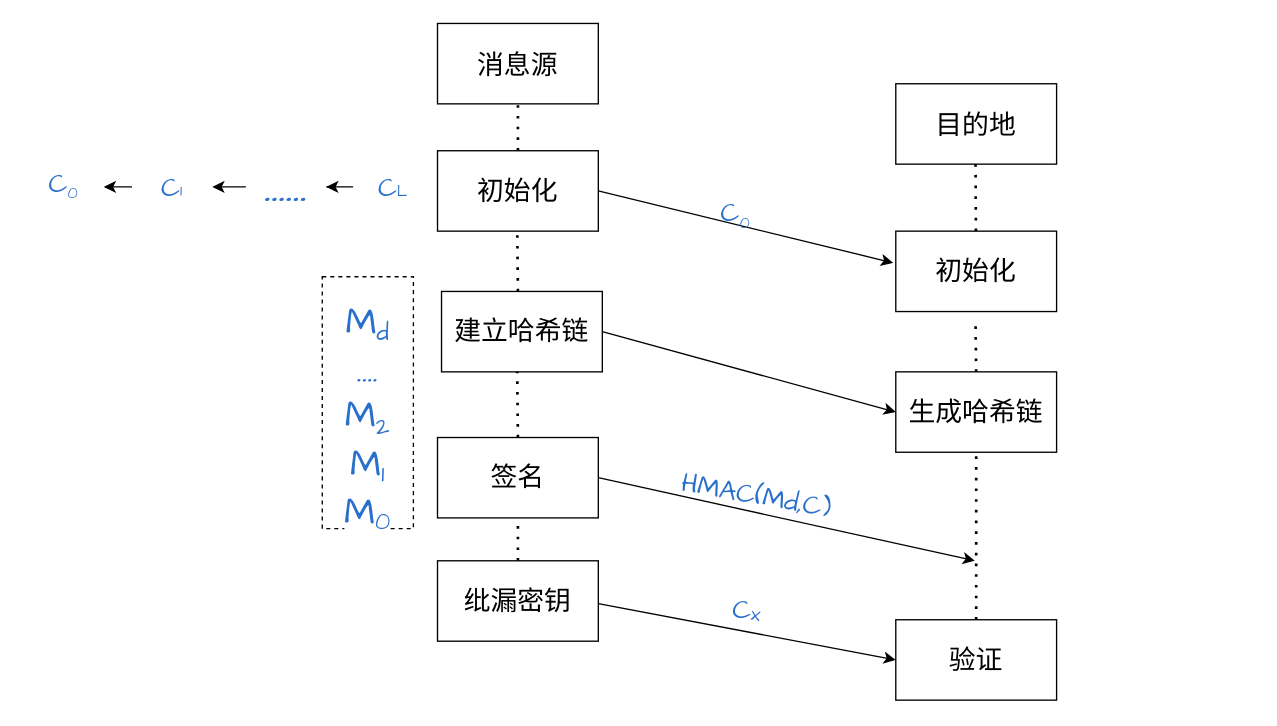
The draw.io diagram page "第 2 页" (2 of 5) of jieshou.drawio in asdlijinquan/-, before the edit. Source tidied: cells renumbered, new cells numbered last; positions are measured from the earlier drawing's top-left corner, leaving out a move shared by most shapes. Both pictures are drawn from the tidied source at 134%, with x=0, y=0 at pixel (23, 23).
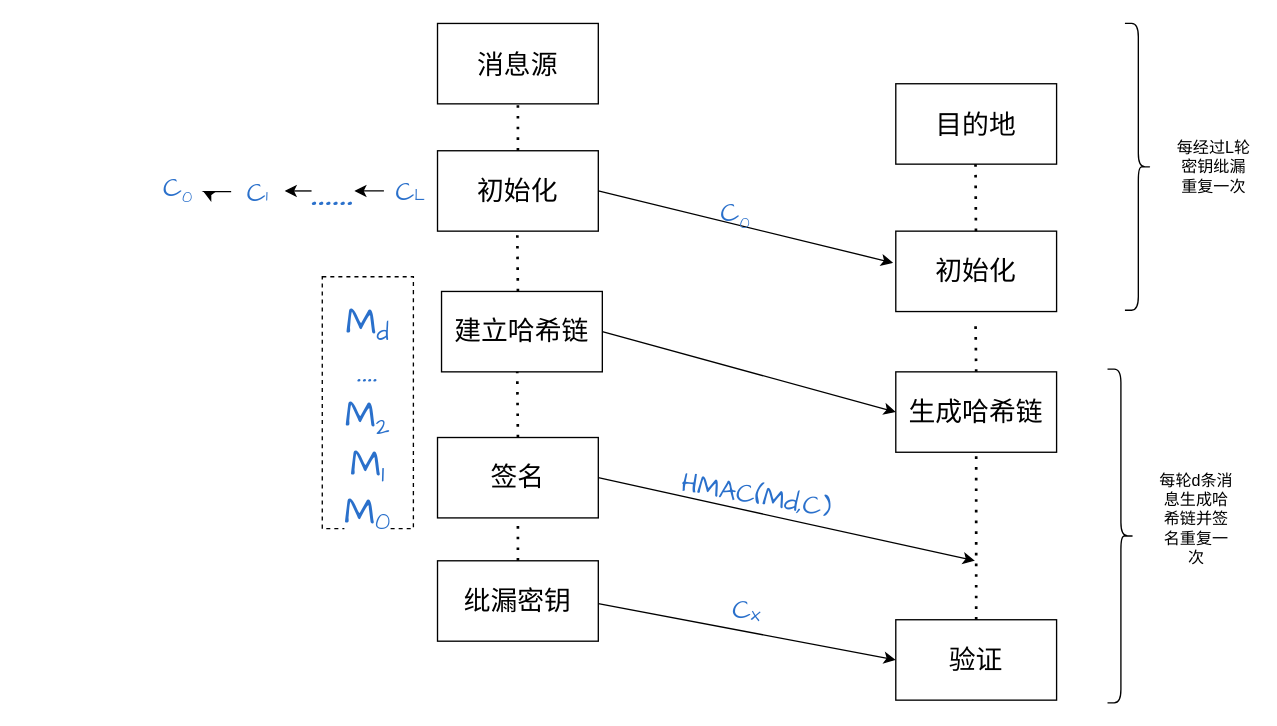
After the change.

Change to the diagram source:
```diff
@@
     <mxCell id="10" value="&lt;font style=&quot;&quot; color=&quot;#2a70cb&quot;&gt;&lt;span style=&quot;font-size: 20px;&quot;&gt;C&lt;/span&gt;&lt;font style=&quot;font-size: 11px;&quot;&gt;L&lt;/font&gt;&lt;/font&gt;" style="text;html=1;strokeColor=none;fillColor=none;align=center;verticalAlign=middle;whiteSpace=wrap;rounded=0;fontSize=20;fontFamily=Architects Daughter;fontColor=default;direction=east;flipV=0;flipH=1;" parent="1" vertex="1">
-      <mxGeometry x="246" y="107" width="60" height="30" as="geometry" />
+      <mxGeometry x="269" y="110" width="40" height="30" as="geometry" />
     </mxCell>
@@
     <mxCell id="12" value="&lt;font color=&quot;#2a70cb&quot;&gt;&lt;span style=&quot;font-size: 38px;&quot;&gt;……&lt;/span&gt;&lt;/font&gt;" style="text;html=1;strokeColor=none;fillColor=none;align=center;verticalAlign=middle;whiteSpace=wrap;rounded=0;fontSize=20;fontFamily=Architects Daughter;fontColor=default;direction=east;flipV=0;flipH=1;" parent="1" vertex="1">
-      <mxGeometry x="166" y="107" width="60" height="30" as="geometry" />
+      <mxGeometry x="215" y="110" width="32" height="30" as="geometry" />
     </mxCell>
     <mxCell id="13" value="&lt;font style=&quot;&quot; color=&quot;#2a70cb&quot;&gt;C&lt;sub style=&quot;&quot;&gt;&lt;font style=&quot;font-size: 12px;&quot;&gt;0&lt;/font&gt;&lt;/sub&gt;&lt;/font&gt;" style="text;html=1;strokeColor=none;fillColor=none;align=center;verticalAlign=middle;whiteSpace=wrap;rounded=0;fontSize=20;fontFamily=Architects Daughter;fontColor=default;direction=east;flipV=0;flipH=1;" parent="1" vertex="1">
-      <mxGeometry y="107" width="60" height="30" as="geometry" />
+      <mxGeometry x="97" y="110" width="37" height="30" as="geometry" />
     </mxCell>
@@
     <mxCell id="15" value="&lt;font color=&quot;#2a70cb&quot;&gt;&lt;font style=&quot;font-size: 20px;&quot;&gt;C&lt;/font&gt;&lt;font style=&quot;font-size: 12px;&quot;&gt;1&lt;/font&gt;&lt;/font&gt;" style="text;html=1;strokeColor=none;fillColor=none;align=center;verticalAlign=middle;whiteSpace=wrap;rounded=0;fontSize=20;fontFamily=Architects Daughter;fontColor=default;direction=east;flipV=0;flipH=1;" parent="1" vertex="1">
-      <mxGeometry x="81" y="107" width="60" height="30" as="geometry" />
+      <mxGeometry x="155" y="110.5" width="40" height="30" as="geometry" />
     </mxCell>
@@
+    <mxCell id="33" style="shape=curlyBracket;whiteSpace=wrap;html=1;rounded=1;flipH=1;labelPosition=right;verticalLabelPosition=middle;align=left;verticalAlign=middle;" parent="1" vertex="1">
+      <mxGeometry x="822" width="20" height="214" as="geometry" />
+    </mxCell>
+    <mxCell id="34" value="每经过L轮密钥纰漏重复一次" style="text;html=1;strokeColor=none;fillColor=none;align=center;verticalAlign=middle;whiteSpace=wrap;rounded=0;" parent="1" vertex="1">
+      <mxGeometry x="858" y="73.5" width="61" height="67" as="geometry" />
+    </mxCell>
+    <mxCell id="35" style="shape=curlyBracket;whiteSpace=wrap;html=1;rounded=1;flipH=1;labelPosition=right;verticalLabelPosition=middle;align=left;verticalAlign=middle;" parent="1" vertex="1">
+      <mxGeometry x="809" y="258" width="20" height="249" as="geometry" />
+    </mxCell>
+    <mxCell id="36" value="每轮d条消息生成哈希链并签名重复一次" style="text;html=1;strokeColor=none;fillColor=none;align=center;verticalAlign=middle;whiteSpace=wrap;rounded=0;" parent="1" vertex="1">
+      <mxGeometry x="845" y="336.5" width="61" height="67" as="geometry" />
+    </mxCell>
```
